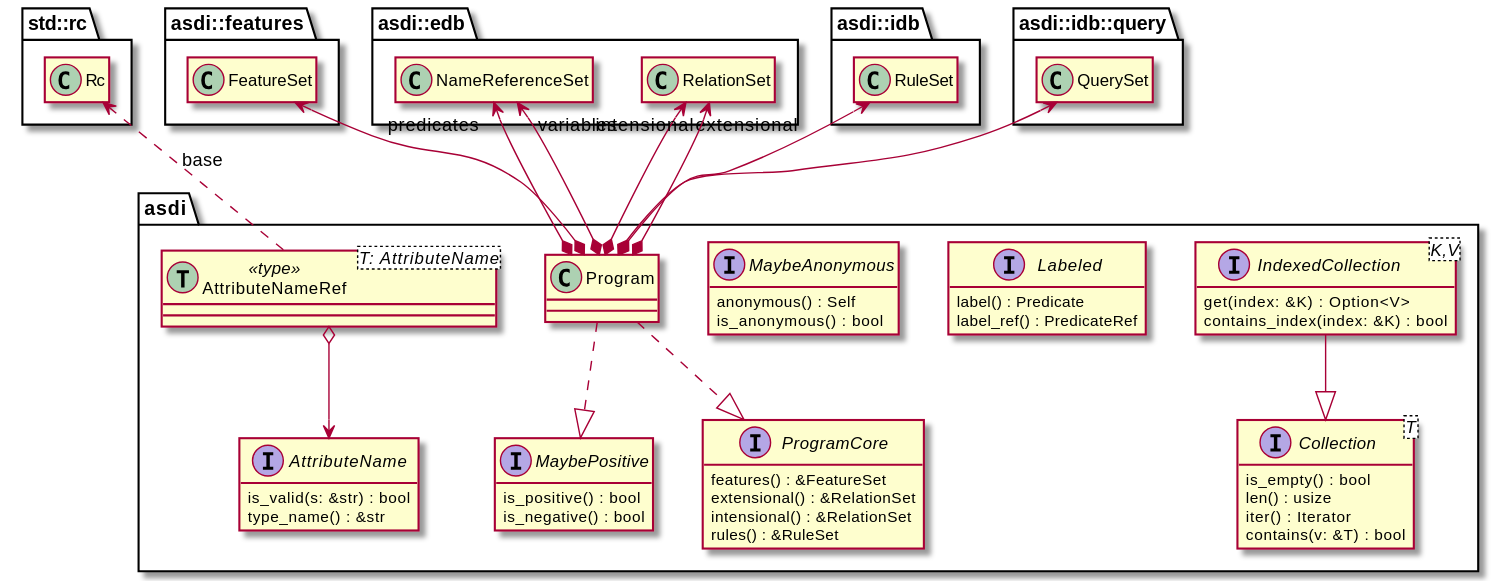
Earlier version of the PlantUML export book/src/model/lib.svg (johnstonskj/rust-asdi).
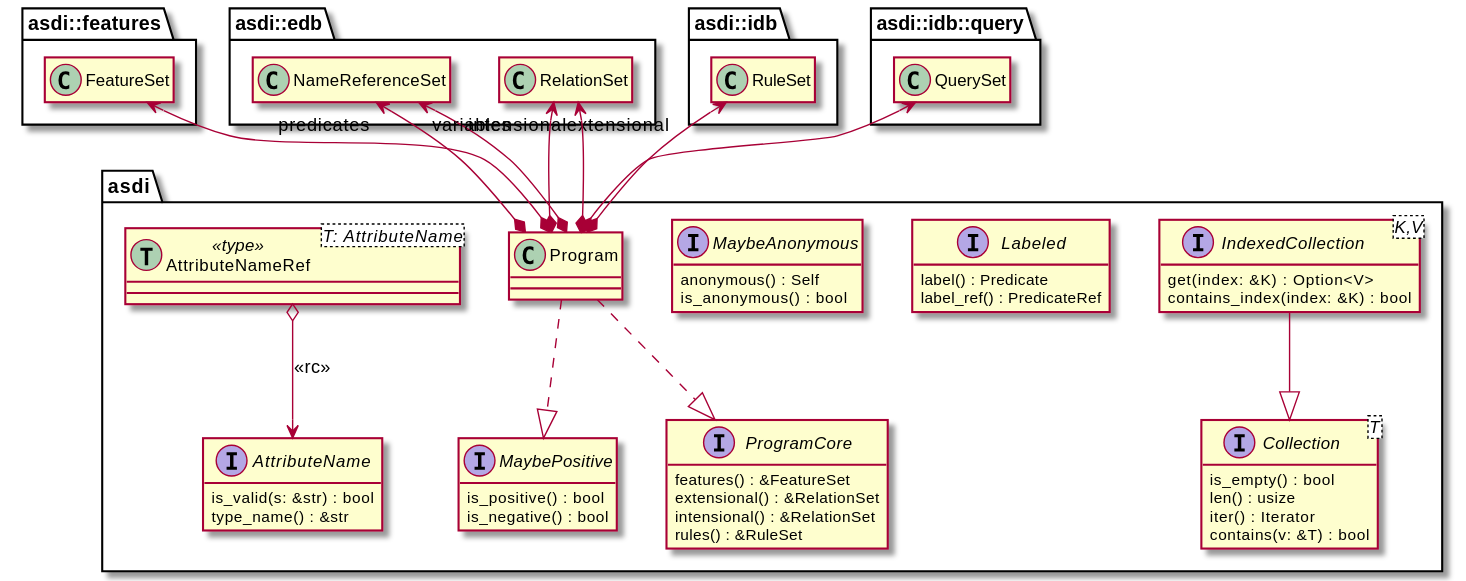
After the commit.

Change to the diagram source:
```diff
@@ -1,9 +1,6 @@
 @startuml
 
 !include options.plantuml
-
-class std::rc::Rc
-hide "std::rc::Rc" members
 
 class asdi::features::FeatureSet
 hide "asdi::features::FeatureSet" members
@@ -70,8 +67,7 @@
     Program *-up-> asdi::idb::query::QuerySet
 
     class AttributeNameRef<T: AttributeName> << (T,#ADD1B2) type>>
-    AttributeNameRef .up.> std::rc::Rc : base
-    AttributeNameRef o-down-> AttributeName
+    AttributeNameRef o-down-> AttributeName: <<rc>>
 }
 
 @enduml
```
